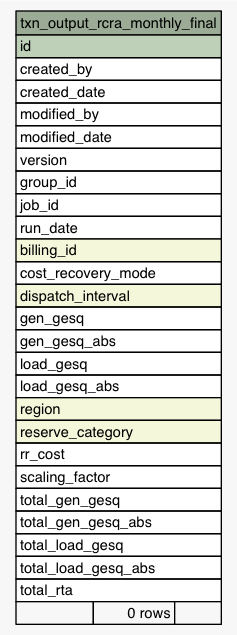
eyana-m/python-data-dictionary-writer keeps this Graphviz diagram as Data/settlement/diagrams/summary/txn_output_rcra_monthly_final.1degree.png. Above is the earlier version. Its source is kept beside it as Data/settlement/diagrams/summary/txn_output_rcra_monthly_final.1degree.dot. The source it was exported from:
```dot
digraph "txn_output_rcra_monthly_final" {
  graph [
    rankdir="RL"
    bgcolor="#f7f7f7"
    nodesep="0.18"
    ranksep="0.46"
    fontname="Helvetica"
    fontsize="11"
  ];
  node [
    fontname="Helvetica"
    fontsize="11"
    shape="plaintext"
  ];
  edge [
    arrowsize="0.8"
  ];
  "txn_output_rcra_monthly_final" [
    label=<
    <TABLE BORDER="0" CELLBORDER="1" CELLSPACING="0" BGCOLOR="#ffffff">
      <TR><TD COLSPAN="3" BGCOLOR="#9bab96" ALIGN="CENTER">txn_output_rcra_monthly_final</TD></TR>
      <TR><TD PORT="id" COLSPAN="3" BGCOLOR="#bed1b8" ALIGN="LEFT">id</TD></TR>
      <TR><TD PORT="created_by" COLSPAN="3" ALIGN="LEFT">created_by</TD></TR>
      <TR><TD PORT="created_date" COLSPAN="3" ALIGN="LEFT">created_date</TD></TR>
      <TR><TD PORT="modified_by" COLSPAN="3" ALIGN="LEFT">modified_by</TD></TR>
      <TR><TD PORT="modified_date" COLSPAN="3" ALIGN="LEFT">modified_date</TD></TR>
      <TR><TD PORT="version" COLSPAN="3" ALIGN="LEFT">version</TD></TR>
      <TR><TD PORT="group_id" COLSPAN="3" ALIGN="LEFT">group_id</TD></TR>
      <TR><TD PORT="job_id" COLSPAN="3" ALIGN="LEFT">job_id</TD></TR>
      <TR><TD PORT="run_date" COLSPAN="3" ALIGN="LEFT">run_date</TD></TR>
      <TR><TD PORT="billing_id" COLSPAN="3" BGCOLOR="#f4f7da" ALIGN="LEFT">billing_id</TD></TR>
      <TR><TD PORT="cost_recovery_mode" COLSPAN="3" ALIGN="LEFT">cost_recovery_mode</TD></TR>
      <TR><TD PORT="dispatch_interval" COLSPAN="3" BGCOLOR="#f4f7da" ALIGN="LEFT">dispatch_interval</TD></TR>
      <TR><TD PORT="gen_gesq" COLSPAN="3" ALIGN="LEFT">gen_gesq</TD></TR>
      <TR><TD PORT="gen_gesq_abs" COLSPAN="3" ALIGN="LEFT">gen_gesq_abs</TD></TR>
      <TR><TD PORT="load_gesq" COLSPAN="3" ALIGN="LEFT">load_gesq</TD></TR>
      <TR><TD PORT="load_gesq_abs" COLSPAN="3" ALIGN="LEFT">load_gesq_abs</TD></TR>
      <TR><TD PORT="region" COLSPAN="3" BGCOLOR="#f4f7da" ALIGN="LEFT">region</TD></TR>
      <TR><TD PORT="reserve_category" COLSPAN="3" BGCOLOR="#f4f7da" ALIGN="LEFT">reserve_category</TD></TR>
      <TR><TD PORT="rr_cost" COLSPAN="3" ALIGN="LEFT">rr_cost</TD></TR>
      <TR><TD PORT="scaling_factor" COLSPAN="3" ALIGN="LEFT">scaling_factor</TD></TR>
      <TR><TD PORT="total_gen_gesq" COLSPAN="3" ALIGN="LEFT">total_gen_gesq</TD></TR>
      <TR><TD PORT="total_gen_gesq_abs" COLSPAN="3" ALIGN="LEFT">total_gen_gesq_abs</TD></TR>
      <TR><TD PORT="total_load_gesq" COLSPAN="3" ALIGN="LEFT">total_load_gesq</TD></TR>
      <TR><TD PORT="total_load_gesq_abs" COLSPAN="3" ALIGN="LEFT">total_load_gesq_abs</TD></TR>
      <TR><TD PORT="total_rta" COLSPAN="3" ALIGN="LEFT">total_rta</TD></TR>
      <TR><TD ALIGN="LEFT" BGCOLOR="#f7f7f7">  </TD><TD ALIGN="RIGHT" BGCOLOR="#f7f7f7">0 rows</TD><TD ALIGN="RIGHT" BGCOLOR="#f7f7f7">  </TD></TR>
    </TABLE>>
    URL="tables/txn_output_rcra_monthly_final.html"
    tooltip="txn_output_rcra_monthly_final"
  ];
}
```
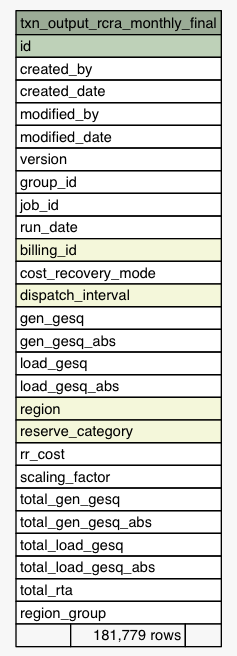
The same diagram one commit later.

Change to the diagram source:
```diff
@@ -44,7 +44,8 @@
       <TR><TD PORT="total_load_gesq" COLSPAN="3" ALIGN="LEFT">total_load_gesq</TD></TR>
       <TR><TD PORT="total_load_gesq_abs" COLSPAN="3" ALIGN="LEFT">total_load_gesq_abs</TD></TR>
       <TR><TD PORT="total_rta" COLSPAN="3" ALIGN="LEFT">total_rta</TD></TR>
-      <TR><TD ALIGN="LEFT" BGCOLOR="#f7f7f7">  </TD><TD ALIGN="RIGHT" BGCOLOR="#f7f7f7">0 rows</TD><TD ALIGN="RIGHT" BGCOLOR="#f7f7f7">  </TD></TR>
+      <TR><TD PORT="region_group" COLSPAN="3" ALIGN="LEFT">region_group</TD></TR>
+      <TR><TD ALIGN="LEFT" BGCOLOR="#f7f7f7">  </TD><TD ALIGN="RIGHT" BGCOLOR="#f7f7f7">181,779 rows</TD><TD ALIGN="RIGHT" BGCOLOR="#f7f7f7">  </TD></TR>
     </TABLE>>
     URL="tables/txn_output_rcra_monthly_final.html"
     tooltip="txn_output_rcra_monthly_final"
```
